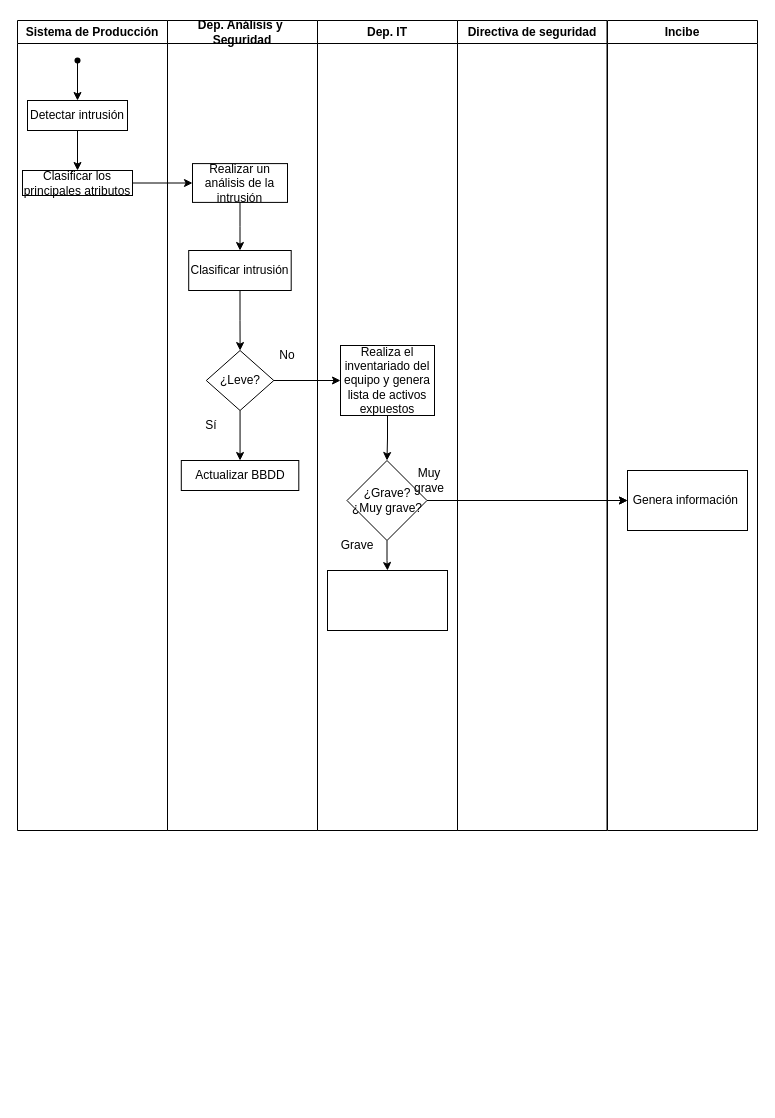
Earlier version of the draw.io diagram SistemasInformacion/Diagrama sin título.drawio (siciliagc/Sistemas-de-Informaci-n). Source tidied: cells renumbered, new cells numbered last; positions are measured from the earlier drawing's top-left corner, leaving out a move shared by most shapes. Both pictures are drawn from the tidied source at 100%, with x=0, y=0 at pixel (17, 20).
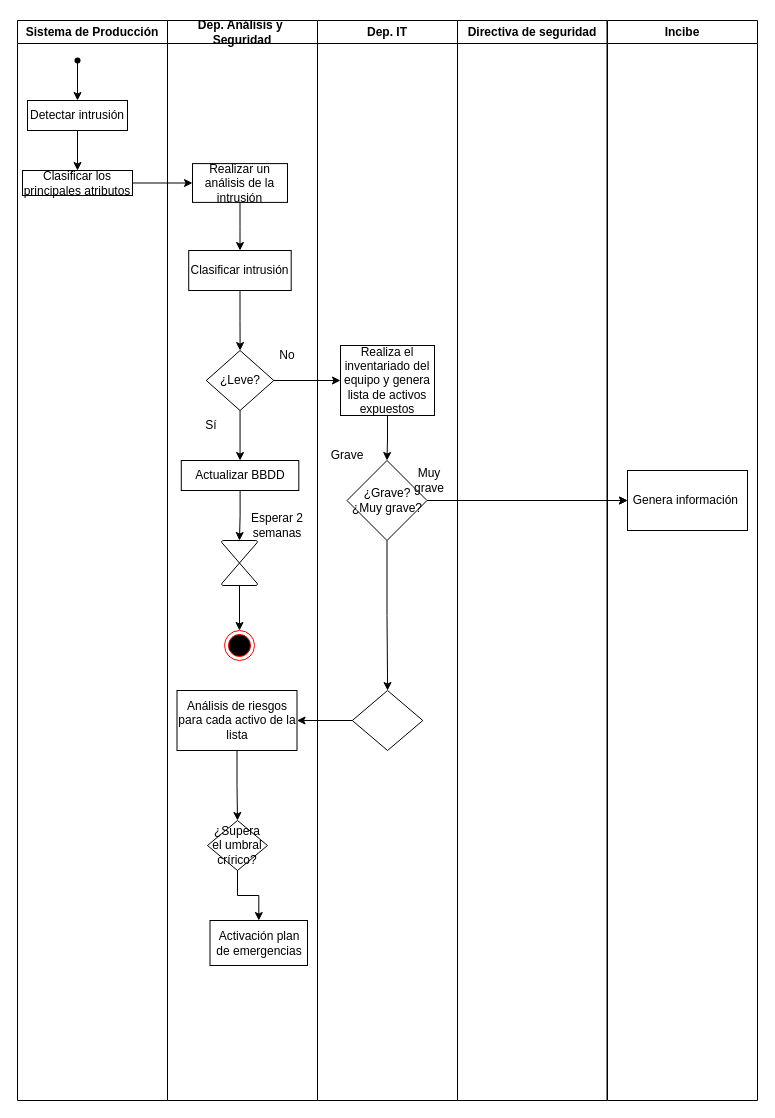
Above is the later version.

Unchanged cells that the change refers to:
```xml
<mxCell id="9" value="Actualizar BBDD" style="whiteSpace=wrap;html=1;fillColor=none;sketch=0;fillStyle=solid;" parent="2" vertex="1">
  <mxGeometry x="13.8" y="440" width="117.5" height="30" as="geometry" />
</mxCell>
<mxCell id="27" value="¿Grave?&lt;br&gt;¿Muy grave?" style="rhombus;whiteSpace=wrap;html=1;fillColor=none;sketch=0;fillStyle=solid;" parent="23" vertex="1">
  <mxGeometry x="29.5" y="440" width="80" height="80" as="geometry" />
</mxCell>
```

Diff of the diagram source:
```diff
@@
     <mxCell id="2" value="Dep. Análisis y&amp;nbsp; Seguridad" style="swimlane;whiteSpace=wrap;html=1;" parent="1" vertex="1">
-      <mxGeometry x="150" width="150" height="810" as="geometry" />
+      <mxGeometry x="150" width="150" height="1080" as="geometry" />
     </mxCell>
@@
+    <mxCell id="34" style="edgeStyle=orthogonalEdgeStyle;rounded=0;jettySize=auto;html=1;" parent="2" edge="1" source="9" target="36">
+      <mxGeometry relative="1" as="geometry" />
+    </mxCell>
@@
+    <mxCell id="35" style="edgeStyle=orthogonalEdgeStyle;rounded=0;jettySize=auto;html=1;" parent="2" edge="1" source="36" target="38">
+      <mxGeometry relative="1" as="geometry" />
+    </mxCell>
+    <mxCell id="36" style="verticalLabelPosition=bottom;verticalAlign=top;html=1;shape=mxgraph.flowchart.collate;" parent="2" vertex="1">
+      <mxGeometry x="54" y="520" width="36" height="45" as="geometry" />
+    </mxCell>
+    <mxCell id="37" value="Esperar 2 semanas" style="text;strokeColor=none;align=center;fillColor=none;html=1;verticalAlign=middle;whiteSpace=wrap;rounded=0;" parent="2" vertex="1">
+      <mxGeometry x="80" y="490" width="60" height="30" as="geometry" />
+    </mxCell>
+    <mxCell id="38" style="ellipse;html=1;shape=endState;fillColor=#000000;strokeColor=#ff0000;" parent="2" vertex="1">
+      <mxGeometry x="57" y="610" width="30" height="30" as="geometry" />
+    </mxCell>
+    <mxCell id="39" style="edgeStyle=orthogonalEdgeStyle;rounded=0;jettySize=auto;html=1;" parent="2" edge="1" source="40" target="42">
+      <mxGeometry relative="1" as="geometry" />
+    </mxCell>
+    <mxCell id="40" value="Análisis de riesgos para cada activo de la lista" style="whiteSpace=wrap;html=1;fillColor=none;sketch=0;fillStyle=solid;" parent="2" vertex="1">
+      <mxGeometry x="9.5" y="670" width="120" height="60" as="geometry" />
+    </mxCell>
+    <mxCell id="41" style="edgeStyle=orthogonalEdgeStyle;rounded=0;jettySize=auto;html=1;" parent="2" edge="1" source="42" target="43">
+      <mxGeometry relative="1" as="geometry" />
+    </mxCell>
+    <mxCell id="42" value="¿Supera el umbral crírico?" style="rhombus;whiteSpace=wrap;html=1;fillColor=none;sketch=0;fillStyle=solid;" parent="2" vertex="1">
+      <mxGeometry x="40" y="800" width="60" height="50" as="geometry" />
+    </mxCell>
+    <mxCell id="43" value="Activación plan de emergencias" style="whiteSpace=wrap;html=1;fillColor=none;sketch=0;fillStyle=solid;" parent="2" vertex="1">
+      <mxGeometry x="42.5" y="900" width="97.5" height="45" as="geometry" />
+    </mxCell>
     <mxCell id="13" value="Directiva de seguridad" style="swimlane;whiteSpace=wrap;html=1;" parent="1" vertex="1">
-      <mxGeometry x="440" width="149.5" height="810" as="geometry" />
+      <mxGeometry x="440" width="149.5" height="1080" as="geometry" />
     </mxCell>
     <mxCell id="14" value="Incibe" style="swimlane;whiteSpace=wrap;html=1;" parent="1" vertex="1">
-      <mxGeometry x="590" width="150" height="810" as="geometry" />
+      <mxGeometry x="590" width="150" height="1080" as="geometry" />
     </mxCell>
@@
     <mxCell id="16" value="Sistema de Producción" style="swimlane;whiteSpace=wrap;html=1;" parent="1" vertex="1">
-      <mxGeometry width="150" height="810" as="geometry" />
+      <mxGeometry width="150" height="1080" as="geometry" />
     </mxCell>
@@
     <mxCell id="23" value="Dep. IT" style="swimlane;whiteSpace=wrap;html=1;startSize=23;" parent="1" vertex="1">
-      <mxGeometry x="300" width="140" height="810" as="geometry" />
+      <mxGeometry x="300" width="140" height="1080" as="geometry" />
     </mxCell>
@@
-    <mxCell id="26" style="edgeStyle=orthogonalEdgeStyle;rounded=0;jettySize=auto;html=1;" parent="23" edge="1" source="27" target="28">
-      <mxGeometry relative="1" as="geometry" />
-    </mxCell>
+    <mxCell id="44" style="edgeStyle=orthogonalEdgeStyle;rounded=0;jettySize=auto;html=1;" parent="23" edge="1" source="27" target="45">
+      <mxGeometry relative="1" as="geometry" />
+    </mxCell>
@@
-    <mxCell id="28" style="whiteSpace=wrap;html=1;fillColor=none;sketch=0;fillStyle=solid;" parent="23" vertex="1">
-      <mxGeometry x="10" y="550" width="120" height="60" as="geometry" />
-    </mxCell>
     <mxCell id="29" value="Grave" style="text;strokeColor=none;align=center;fillColor=none;html=1;verticalAlign=middle;whiteSpace=wrap;rounded=0;" parent="23" vertex="1">
-      <mxGeometry x="10" y="510" width="60" height="30" as="geometry" />
+      <mxGeometry y="420" width="60" height="30" as="geometry" />
     </mxCell>
@@
+    <mxCell id="45" style="rhombus;whiteSpace=wrap;html=1;fillColor=none;sketch=0;fillStyle=solid;" parent="23" vertex="1">
+      <mxGeometry x="34.8" y="670" width="70.5" height="60" as="geometry" />
+    </mxCell>
@@
+    <mxCell id="46" style="edgeStyle=orthogonalEdgeStyle;rounded=0;jettySize=auto;html=1;" parent="1" edge="1" source="45" target="40">
+      <mxGeometry relative="1" as="geometry" />
+    </mxCell>
```
